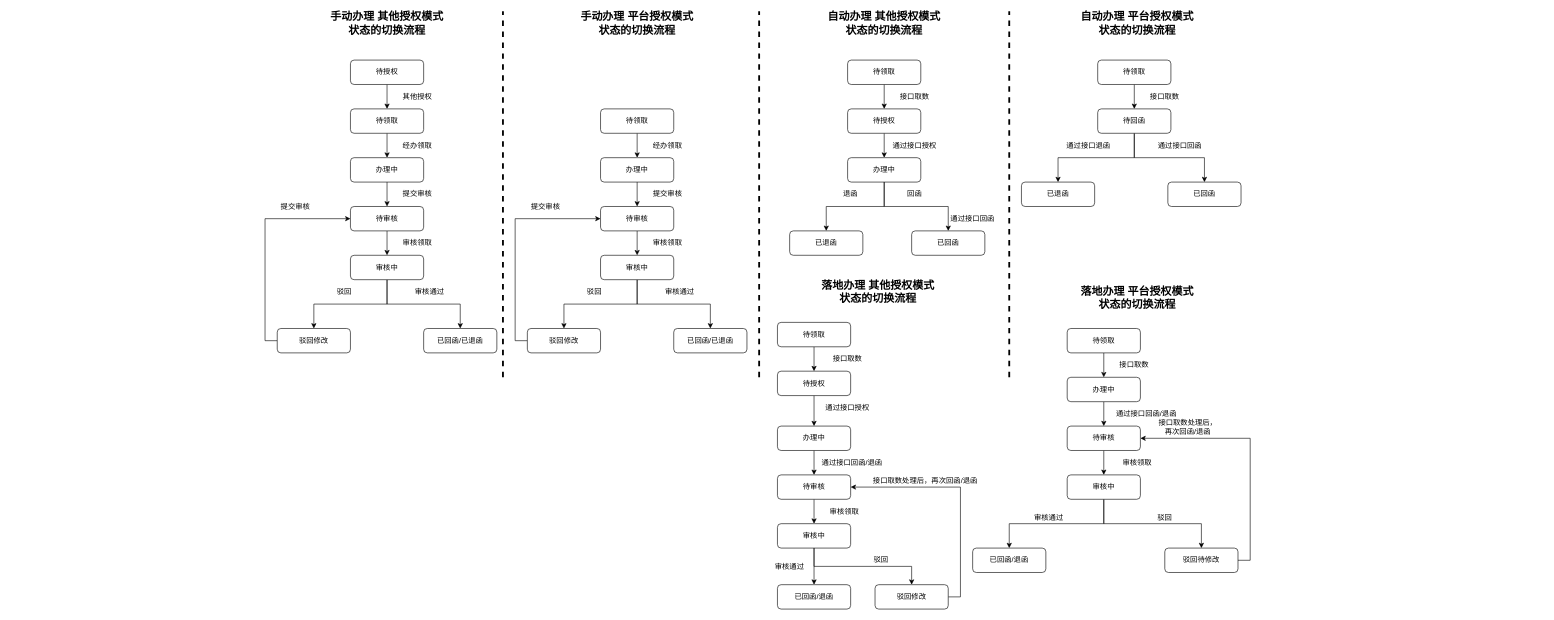
Before: 未命名绘图.drawio in pingguo002/iconomi, a draw.io diagram. Source tidied: cells renumbered, new cells numbered last; positions are measured from the earlier drawing's top-left corner, leaving out a move shared by most shapes. Both pictures are drawn from the tidied source at 61%, with x=0, y=0 at pixel (277, 11).
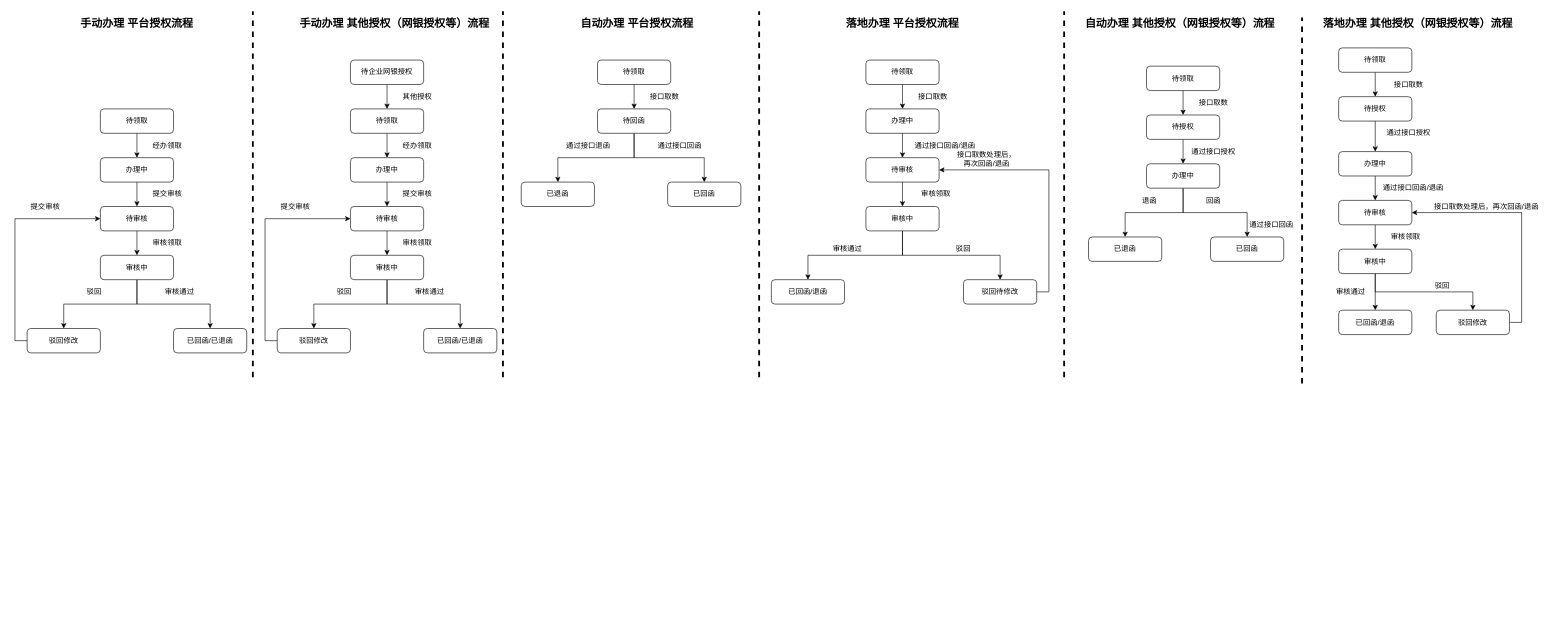
The same diagram, later.

Commit message (it also covers changes not shown here):
更新未命名绘图.drawio

Diff of the diagram source:
```diff
@@
-    <mxCell id="3" value="待授权" style="rounded=1;whiteSpace=wrap;html=1;" parent="1" vertex="1">
+    <mxCell id="3" value="待企业网银授权" style="rounded=1;whiteSpace=wrap;html=1;" parent="1" vertex="1">
       <mxGeometry x="120" y="80" width="120" height="40" as="geometry" />
     </mxCell>
@@
-    <mxCell id="23" value="手动办理 其他授权模式&lt;br&gt;状态的切换流程" style="text;html=1;strokeColor=none;fillColor=none;align=center;verticalAlign=middle;whiteSpace=wrap;rounded=0;fontSize=18;fontStyle=1;" parent="1" vertex="1">
-      <mxGeometry x="35" width="290" height="40" as="geometry" />
+    <mxCell id="23" value="手动办理 其他授权（网银授权等）流程" style="text;html=1;strokeColor=none;fillColor=none;align=center;verticalAlign=middle;whiteSpace=wrap;rounded=0;fontSize=18;fontStyle=1;" parent="1" vertex="1">
+      <mxGeometry x="35" width="315" height="40" as="geometry" />
     </mxCell>
@@
     <mxCell id="25" value="待领取" style="rounded=1;whiteSpace=wrap;html=1;" parent="1" vertex="1">
-      <mxGeometry x="530" y="160" width="120" height="40" as="geometry" />
+      <mxGeometry x="-290" y="160" width="120" height="40" as="geometry" />
     </mxCell>
@@
     <mxCell id="27" value="办理中" style="rounded=1;whiteSpace=wrap;html=1;" parent="1" vertex="1">
-      <mxGeometry x="530" y="240" width="120" height="40" as="geometry" />
+      <mxGeometry x="-290" y="240" width="120" height="40" as="geometry" />
     </mxCell>
     <mxCell id="28" value="经办领取" style="text;html=1;strokeColor=none;fillColor=none;align=center;verticalAlign=middle;whiteSpace=wrap;rounded=0;" parent="1" vertex="1">
-      <mxGeometry x="590" y="210" width="100" height="20" as="geometry" />
+      <mxGeometry x="-230" y="210" width="100" height="20" as="geometry" />
     </mxCell>
@@
     <mxCell id="30" value="待审核" style="rounded=1;whiteSpace=wrap;html=1;" parent="1" vertex="1">
-      <mxGeometry x="530" y="320" width="120" height="40" as="geometry" />
+      <mxGeometry x="-290" y="320" width="120" height="40" as="geometry" />
     </mxCell>
     <mxCell id="31" value="提交审核" style="text;html=1;strokeColor=none;fillColor=none;align=center;verticalAlign=middle;whiteSpace=wrap;rounded=0;" parent="1" vertex="1">
-      <mxGeometry x="590" y="290" width="100" height="20" as="geometry" />
+      <mxGeometry x="-230" y="290" width="100" height="20" as="geometry" />
     </mxCell>
@@
     <mxCell id="34" value="审核中" style="rounded=1;whiteSpace=wrap;html=1;" parent="1" vertex="1">
-      <mxGeometry x="530" y="400" width="120" height="40" as="geometry" />
+      <mxGeometry x="-290" y="400" width="120" height="40" as="geometry" />
     </mxCell>
     <mxCell id="35" value="审核领取" style="text;html=1;strokeColor=none;fillColor=none;align=center;verticalAlign=middle;whiteSpace=wrap;rounded=0;" parent="1" vertex="1">
-      <mxGeometry x="590" y="370" width="100" height="20" as="geometry" />
+      <mxGeometry x="-230" y="370" width="100" height="20" as="geometry" />
     </mxCell>
     <mxCell id="36" value="已回函/已退函" style="rounded=1;whiteSpace=wrap;html=1;" parent="1" vertex="1">
-      <mxGeometry x="650" y="520" width="120" height="40" as="geometry" />
+      <mxGeometry x="-170" y="520" width="120" height="40" as="geometry" />
     </mxCell>
     <mxCell id="37" value="审核通过" style="text;html=1;strokeColor=none;fillColor=none;align=center;verticalAlign=middle;whiteSpace=wrap;rounded=0;" parent="1" vertex="1">
-      <mxGeometry x="610" y="450" width="100" height="20" as="geometry" />
+      <mxGeometry x="-210" y="450" width="100" height="20" as="geometry" />
     </mxCell>
     <mxCell id="38" value="驳回" style="text;html=1;strokeColor=none;fillColor=none;align=center;verticalAlign=middle;whiteSpace=wrap;rounded=0;" parent="1" vertex="1">
-      <mxGeometry x="490" y="450" width="60" height="20" as="geometry" />
+      <mxGeometry x="-330" y="450" width="60" height="20" as="geometry" />
     </mxCell>
@@
     <mxCell id="40" value="驳回修改" style="rounded=1;whiteSpace=wrap;html=1;" parent="1" vertex="1">
-      <mxGeometry x="410" y="520" width="120" height="40" as="geometry" />
+      <mxGeometry x="-410" y="520" width="120" height="40" as="geometry" />
     </mxCell>
     <mxCell id="41" value="提交审核" style="text;html=1;strokeColor=none;fillColor=none;align=center;verticalAlign=middle;whiteSpace=wrap;rounded=0;" parent="1" vertex="1">
-      <mxGeometry x="410" y="310" width="60" height="20" as="geometry" />
+      <mxGeometry x="-410" y="310" width="60" height="20" as="geometry" />
     </mxCell>
-    <mxCell id="42" value="手动办理 平台授权模式&lt;br&gt;状态的切换流程" style="text;html=1;strokeColor=none;fillColor=none;align=center;verticalAlign=middle;whiteSpace=wrap;rounded=0;fontSize=18;fontStyle=1;" parent="1" vertex="1">
-      <mxGeometry x="445" width="290" height="40" as="geometry" />
+    <mxCell id="42" value="手动办理 平台授权流程" style="text;html=1;strokeColor=none;fillColor=none;align=center;verticalAlign=middle;whiteSpace=wrap;rounded=0;fontSize=18;fontStyle=1;" parent="1" vertex="1">
+      <mxGeometry x="-375" width="290" height="40" as="geometry" />
     </mxCell>
@@
     <mxCell id="46" value="待授权" style="rounded=1;whiteSpace=wrap;html=1;" parent="1" vertex="1">
-      <mxGeometry x="935" y="160" width="120" height="40" as="geometry" />
+      <mxGeometry x="1425" y="170" width="120" height="40" as="geometry" />
     </mxCell>
     <mxCell id="47" value="已退函" style="rounded=1;whiteSpace=wrap;html=1;" parent="1" vertex="1">
-      <mxGeometry x="840" y="360" width="120" height="40" as="geometry" />
+      <mxGeometry x="1330" y="370" width="120" height="40" as="geometry" />
     </mxCell>
     <mxCell id="48" value="退函" style="text;html=1;strokeColor=none;fillColor=none;align=center;verticalAlign=middle;whiteSpace=wrap;rounded=0;" parent="1" vertex="1">
-      <mxGeometry x="890" y="290" width="100" height="20" as="geometry" />
+      <mxGeometry x="1380" y="300" width="100" height="20" as="geometry" />
     </mxCell>
-    <mxCell id="49" value="自动办理 其他授权模式&lt;br&gt;状态的切换流程" style="text;html=1;strokeColor=none;fillColor=none;align=center;verticalAlign=middle;whiteSpace=wrap;rounded=0;fontSize=18;fontStyle=1;" parent="1" vertex="1">
-      <mxGeometry x="850" y="10" width="290" height="20" as="geometry" />
+    <mxCell id="49" value="自动办理 其他授权（网银授权等）流程" style="text;html=1;strokeColor=none;fillColor=none;align=center;verticalAlign=middle;whiteSpace=wrap;rounded=0;fontSize=18;fontStyle=1;" parent="1" vertex="1">
+      <mxGeometry x="1310" y="10" width="340" height="20" as="geometry" />
     </mxCell>
     <mxCell id="50" style="endArrow=none;dashed=1;html=1;fontSize=18;fontStyle=1;strokeWidth=3;" parent="1" edge="1">
       <mxGeometry relative="1" as="geometry">
-        <mxPoint x="1200" y="600" as="sourcePoint" />
-        <mxPoint x="1200" as="targetPoint" />
+        <mxPoint x="1290" y="600" as="sourcePoint" />
+        <mxPoint x="1290" as="targetPoint" />
       </mxGeometry>
     </mxCell>
-    <mxCell id="51" value="自动办理 平台授权模式&lt;br&gt;状态的切换流程" style="text;html=1;strokeColor=none;fillColor=none;align=center;verticalAlign=middle;whiteSpace=wrap;rounded=0;fontSize=18;fontStyle=1;" parent="1" vertex="1">
-      <mxGeometry x="1265" y="10" width="290" height="20" as="geometry" />
+    <mxCell id="51" value="自动办理 平台授权流程" style="text;html=1;strokeColor=none;fillColor=none;align=center;verticalAlign=middle;whiteSpace=wrap;rounded=0;fontSize=18;fontStyle=1;" parent="1" vertex="1">
+      <mxGeometry x="445" y="10" width="290" height="20" as="geometry" />
     </mxCell>
     <mxCell id="52" value="已回函" style="rounded=1;whiteSpace=wrap;html=1;fontSize=12;" parent="1" vertex="1">
-      <mxGeometry x="1040" y="360" width="120" height="40" as="geometry" />
+      <mxGeometry x="1530" y="370" width="120" height="40" as="geometry" />
     </mxCell>
     <mxCell id="53" value="通过接口回函" style="text;html=1;strokeColor=none;fillColor=none;align=center;verticalAlign=middle;whiteSpace=wrap;rounded=0;" parent="1" vertex="1">
-      <mxGeometry x="1090" y="330" width="100" height="20" as="geometry" />
+      <mxGeometry x="1580" y="340" width="100" height="20" as="geometry" />
     </mxCell>
@@
     <mxCell id="56" value="办理中" style="rounded=1;whiteSpace=wrap;html=1;fontSize=12;" parent="1" vertex="1">
-      <mxGeometry x="935" y="240" width="120" height="40" as="geometry" />
+      <mxGeometry x="1425" y="250" width="120" height="40" as="geometry" />
     </mxCell>
     <mxCell id="57" value="通过接口授权" style="text;html=1;strokeColor=none;fillColor=none;align=center;verticalAlign=middle;whiteSpace=wrap;rounded=0;" parent="1" vertex="1">
-      <mxGeometry x="995" y="210" width="100" height="20" as="geometry" />
+      <mxGeometry x="1485" y="220" width="100" height="20" as="geometry" />
     </mxCell>
-    <mxCell id="58" value="落地办理 其他授权模式&lt;br&gt;状态的切换流程" style="text;html=1;strokeColor=none;fillColor=none;align=center;verticalAlign=middle;whiteSpace=wrap;rounded=0;fontSize=18;fontStyle=1;" parent="1" vertex="1">
-      <mxGeometry x="840" y="450" width="290" height="20" as="geometry" />
+    <mxCell id="58" value="落地办理 其他授权（网银授权等）流程" style="text;html=1;strokeColor=none;fillColor=none;align=center;verticalAlign=middle;whiteSpace=wrap;rounded=0;fontSize=18;fontStyle=1;" parent="1" vertex="1">
+      <mxGeometry x="1710" y="10" width="320" height="20" as="geometry" />
     </mxCell>
@@
     <mxCell id="60" value="待领取" style="rounded=1;whiteSpace=wrap;html=1;" parent="1" vertex="1">
-      <mxGeometry x="820" y="510" width="120" height="40" as="geometry" />
+      <mxGeometry x="1740" y="60" width="120" height="40" as="geometry" />
     </mxCell>
@@
     <mxCell id="62" value="待领取" style="rounded=1;whiteSpace=wrap;html=1;" parent="1" vertex="1">
-      <mxGeometry x="935" y="80" width="120" height="40" as="geometry" />
+      <mxGeometry x="1425" y="90" width="120" height="40" as="geometry" />
     </mxCell>
     <mxCell id="63" value="接口取数" style="text;html=1;strokeColor=none;fillColor=none;align=center;verticalAlign=middle;whiteSpace=wrap;rounded=0;" parent="1" vertex="1">
-      <mxGeometry x="995" y="130" width="100" height="20" as="geometry" />
+      <mxGeometry x="1485" y="140" width="100" height="20" as="geometry" />
     </mxCell>
@@
     <mxCell id="65" value="待授权" style="rounded=1;whiteSpace=wrap;html=1;fontSize=12;" parent="1" vertex="1">
-      <mxGeometry x="820" y="590" width="120" height="40" as="geometry" />
+      <mxGeometry x="1740" y="140" width="120" height="40" as="geometry" />
     </mxCell>
     <mxCell id="66" value="接口取数" style="text;html=1;strokeColor=none;fillColor=none;align=center;verticalAlign=middle;whiteSpace=wrap;rounded=0;" parent="1" vertex="1">
-      <mxGeometry x="885" y="560" width="100" height="20" as="geometry" />
+      <mxGeometry x="1805" y="110" width="100" height="20" as="geometry" />
     </mxCell>
@@
     <mxCell id="68" value="待审核" style="rounded=1;whiteSpace=wrap;html=1;fontSize=12;" parent="1" vertex="1">
-      <mxGeometry x="820" y="760" width="120" height="40" as="geometry" />
+      <mxGeometry x="1740" y="310" width="120" height="40" as="geometry" />
     </mxCell>
@@
     <mxCell id="70" value="办理中" style="rounded=1;whiteSpace=wrap;html=1;fontSize=12;" parent="1" vertex="1">
-      <mxGeometry x="820" y="680" width="120" height="40" as="geometry" />
+      <mxGeometry x="1740" y="230" width="120" height="40" as="geometry" />
     </mxCell>
     <mxCell id="71" value="通过接口授权" style="text;html=1;strokeColor=none;fillColor=none;align=center;verticalAlign=middle;whiteSpace=wrap;rounded=0;" parent="1" vertex="1">
-      <mxGeometry x="885" y="640" width="100" height="20" as="geometry" />
+      <mxGeometry x="1805" y="190" width="100" height="20" as="geometry" />
     </mxCell>
     <mxCell id="72" value="通过接口回函/退函" style="text;html=1;strokeColor=none;fillColor=none;align=center;verticalAlign=middle;whiteSpace=wrap;rounded=0;" parent="1" vertex="1">
-      <mxGeometry x="880" y="730" width="125" height="20" as="geometry" />
+      <mxGeometry x="1800" y="280" width="125" height="20" as="geometry" />
     </mxCell>
@@
     <mxCell id="75" value="审核中" style="rounded=1;whiteSpace=wrap;html=1;fontSize=12;" parent="1" vertex="1">
-      <mxGeometry x="820" y="840" width="120" height="40" as="geometry" />
+      <mxGeometry x="1740" y="390" width="120" height="40" as="geometry" />
     </mxCell>
     <mxCell id="76" value="审核领取" style="text;html=1;strokeColor=none;fillColor=none;align=center;verticalAlign=middle;whiteSpace=wrap;rounded=0;" parent="1" vertex="1">
-      <mxGeometry x="880" y="810" width="100" height="20" as="geometry" />
+      <mxGeometry x="1800" y="360" width="100" height="20" as="geometry" />
     </mxCell>
     <mxCell id="77" value="已回函/退函" style="rounded=1;whiteSpace=wrap;html=1;fontSize=12;" parent="1" vertex="1">
-      <mxGeometry x="820" y="940" width="120" height="40" as="geometry" />
+      <mxGeometry x="1740" y="490" width="120" height="40" as="geometry" />
     </mxCell>
     <mxCell id="78" value="审核通过" style="text;html=1;strokeColor=none;fillColor=none;align=center;verticalAlign=middle;whiteSpace=wrap;rounded=0;" parent="1" vertex="1">
-      <mxGeometry x="790" y="900" width="100" height="20" as="geometry" />
+      <mxGeometry x="1710" y="450" width="100" height="20" as="geometry" />
     </mxCell>
     <mxCell id="79" value="驳回" style="text;html=1;strokeColor=none;fillColor=none;align=center;verticalAlign=middle;whiteSpace=wrap;rounded=0;" parent="1" vertex="1">
-      <mxGeometry x="940" y="890" width="100" height="20" as="geometry" />
+      <mxGeometry x="1860" y="440" width="100" height="20" as="geometry" />
     </mxCell>
     <mxCell id="80" style="edgeStyle=orthogonalEdgeStyle;rounded=0;jettySize=auto;html=1;exitX=1;exitY=0.5;exitDx=0;exitDy=0;entryX=1;entryY=0.5;entryDx=0;entryDy=0;strokeWidth=1;fontSize=12;" parent="1" edge="1" source="81" target="68">
       <mxGeometry relative="1" as="geometry">
         <Array as="points">
-          <mxPoint x="1120" y="960" />
-          <mxPoint x="1120" y="780" />
+          <mxPoint x="2040" y="510" />
+          <mxPoint x="2040" y="330" />
         </Array>
       </mxGeometry>
     </mxCell>
     <mxCell id="81" value="驳回修改" style="rounded=1;whiteSpace=wrap;html=1;fontSize=12;" parent="1" vertex="1">
-      <mxGeometry x="980" y="940" width="120" height="40" as="geometry" />
+      <mxGeometry x="1900" y="490" width="120" height="40" as="geometry" />
     </mxCell>
     <mxCell id="82" value="接口取数处理后，再次回函/退函" style="text;html=1;strokeColor=none;fillColor=none;align=center;verticalAlign=middle;whiteSpace=wrap;rounded=0;" parent="1" vertex="1">
-      <mxGeometry x="970" y="760" width="185" height="20" as="geometry" />
+      <mxGeometry x="1890" y="310" width="185" height="20" as="geometry" />
     </mxCell>
@@
     <mxCell id="85" value="待回函" style="rounded=1;whiteSpace=wrap;html=1;" parent="1" vertex="1">
-      <mxGeometry x="1345" y="160" width="120" height="40" as="geometry" />
+      <mxGeometry x="525" y="160" width="120" height="40" as="geometry" />
     </mxCell>
     <mxCell id="86" value="通过接口回函" style="text;html=1;strokeColor=none;fillColor=none;align=center;verticalAlign=middle;whiteSpace=wrap;rounded=0;" parent="1" vertex="1">
-      <mxGeometry x="1430" y="210" width="100" height="20" as="geometry" />
+      <mxGeometry x="610" y="210" width="100" height="20" as="geometry" />
     </mxCell>
@@
     <mxCell id="88" value="待领取" style="rounded=1;whiteSpace=wrap;html=1;" parent="1" vertex="1">
-      <mxGeometry x="1345" y="80" width="120" height="40" as="geometry" />
+      <mxGeometry x="525" y="80" width="120" height="40" as="geometry" />
     </mxCell>
     <mxCell id="89" value="接口取数" style="text;html=1;strokeColor=none;fillColor=none;align=center;verticalAlign=middle;whiteSpace=wrap;rounded=0;" parent="1" vertex="1">
-      <mxGeometry x="1405" y="130" width="100" height="20" as="geometry" />
+      <mxGeometry x="585" y="130" width="100" height="20" as="geometry" />
     </mxCell>
     <mxCell id="90" value="已回函" style="rounded=1;whiteSpace=wrap;html=1;fontSize=12;" parent="1" vertex="1">
-      <mxGeometry x="1460" y="280" width="120" height="40" as="geometry" />
+      <mxGeometry x="640" y="280" width="120" height="40" as="geometry" />
     </mxCell>
     <mxCell id="91" value="已退函" style="rounded=1;whiteSpace=wrap;html=1;fontSize=12;" parent="1" vertex="1">
-      <mxGeometry x="1220" y="280" width="120" height="40" as="geometry" />
+      <mxGeometry x="400" y="280" width="120" height="40" as="geometry" />
     </mxCell>
     <mxCell id="92" value="通过接口退函" style="text;html=1;strokeColor=none;fillColor=none;align=center;verticalAlign=middle;whiteSpace=wrap;rounded=0;" parent="1" vertex="1">
-      <mxGeometry x="1280" y="210" width="100" height="20" as="geometry" />
+      <mxGeometry x="460" y="210" width="100" height="20" as="geometry" />
     </mxCell>
-    <mxCell id="93" value="落地办理 平台授权模式&lt;br&gt;状态的切换流程" style="text;html=1;strokeColor=none;fillColor=none;align=center;verticalAlign=middle;whiteSpace=wrap;rounded=0;fontSize=18;fontStyle=1;" parent="1" vertex="1">
-      <mxGeometry x="1265" y="460" width="290" height="20" as="geometry" />
+    <mxCell id="93" value="落地办理 平台授权流程" style="text;html=1;strokeColor=none;fillColor=none;align=center;verticalAlign=middle;whiteSpace=wrap;rounded=0;fontSize=18;fontStyle=1;" parent="1" vertex="1">
+      <mxGeometry x="880" y="10" width="290" height="20" as="geometry" />
     </mxCell>
@@
     <mxCell id="95" value="办理中" style="rounded=1;whiteSpace=wrap;html=1;" parent="1" vertex="1">
-      <mxGeometry x="1295" y="600" width="120" height="40" as="geometry" />
+      <mxGeometry x="965" y="160" width="120" height="40" as="geometry" />
     </mxCell>
     <mxCell id="96" value="通过接口回函/退函" style="text;html=1;strokeColor=none;fillColor=none;align=center;verticalAlign=middle;whiteSpace=wrap;rounded=0;" parent="1" vertex="1">
-      <mxGeometry x="1370" y="650" width="110" height="20" as="geometry" />
+      <mxGeometry x="1040" y="210" width="110" height="20" as="geometry" />
     </mxCell>
@@
     <mxCell id="98" value="待领取" style="rounded=1;whiteSpace=wrap;html=1;" parent="1" vertex="1">
-      <mxGeometry x="1295" y="520" width="120" height="40" as="geometry" />
+      <mxGeometry x="965" y="80" width="120" height="40" as="geometry" />
     </mxCell>
     <mxCell id="99" value="接口取数" style="text;html=1;strokeColor=none;fillColor=none;align=center;verticalAlign=middle;whiteSpace=wrap;rounded=0;" parent="1" vertex="1">
-      <mxGeometry x="1355" y="570" width="100" height="20" as="geometry" />
+      <mxGeometry x="1025" y="130" width="100" height="20" as="geometry" />
     </mxCell>
@@
     <mxCell id="101" value="待审核" style="rounded=1;whiteSpace=wrap;html=1;fontSize=12;" parent="1" vertex="1">
-      <mxGeometry x="1295" y="680" width="120" height="40" as="geometry" />
+      <mxGeometry x="965" y="240" width="120" height="40" as="geometry" />
     </mxCell>
@@
     <mxCell id="104" value="审核中" style="rounded=1;whiteSpace=wrap;html=1;fontSize=12;" parent="1" vertex="1">
-      <mxGeometry x="1295" y="760" width="120" height="40" as="geometry" />
+      <mxGeometry x="965" y="320" width="120" height="40" as="geometry" />
     </mxCell>
@@
     <mxCell id="106" value="驳回待修改" style="rounded=1;whiteSpace=wrap;html=1;fontSize=12;" parent="1" vertex="1">
-      <mxGeometry x="1455" y="880" width="120" height="40" as="geometry" />
+      <mxGeometry x="1125" y="440" width="120" height="40" as="geometry" />
     </mxCell>
     <mxCell id="107" value="审核领取" style="text;html=1;strokeColor=none;fillColor=none;align=center;verticalAlign=middle;whiteSpace=wrap;rounded=0;" parent="1" vertex="1">
-      <mxGeometry x="1360" y="730" width="100" height="20" as="geometry" />
+      <mxGeometry x="1030" y="290" width="100" height="20" as="geometry" />
     </mxCell>
     <mxCell id="108" value="驳回" style="text;html=1;strokeColor=none;fillColor=none;align=center;verticalAlign=middle;whiteSpace=wrap;rounded=0;" parent="1" vertex="1">
-      <mxGeometry x="1405" y="820" width="100" height="20" as="geometry" />
+      <mxGeometry x="1075" y="380" width="100" height="20" as="geometry" />
     </mxCell>
     <mxCell id="109" value="已回函/退函" style="rounded=1;whiteSpace=wrap;html=1;fontSize=12;" parent="1" vertex="1">
-      <mxGeometry x="1140" y="880" width="120" height="40" as="geometry" />
+      <mxGeometry x="810" y="440" width="120" height="40" as="geometry" />
     </mxCell>
     <mxCell id="110" value="审核通过" style="text;html=1;strokeColor=none;fillColor=none;align=center;verticalAlign=middle;whiteSpace=wrap;rounded=0;" parent="1" vertex="1">
-      <mxGeometry x="1215" y="820" width="100" height="20" as="geometry" />
+      <mxGeometry x="885" y="380" width="100" height="20" as="geometry" />
     </mxCell>
     <mxCell id="111" value="接口取数处理后，&lt;br&gt;再次回函/退函" style="text;html=1;strokeColor=none;fillColor=none;align=center;verticalAlign=middle;whiteSpace=wrap;rounded=0;" parent="1" vertex="1">
-      <mxGeometry x="1443" y="672" width="100" height="20" as="geometry" />
+      <mxGeometry x="1113" y="232" width="100" height="20" as="geometry" />
     </mxCell>
     <mxCell id="112" value="回函" style="text;html=1;strokeColor=none;fillColor=none;align=center;verticalAlign=middle;whiteSpace=wrap;rounded=0;" parent="1" vertex="1">
-      <mxGeometry x="995" y="290" width="100" height="20" as="geometry" />
+      <mxGeometry x="1485" y="300" width="100" height="20" as="geometry" />
     </mxCell>
+    <mxCell id="113" style="endArrow=none;dashed=1;html=1;fontSize=18;fontStyle=1;strokeWidth=3;" parent="1" edge="1">
+      <mxGeometry relative="1" as="geometry">
+        <mxPoint x="1680" y="610" as="sourcePoint" />
+        <mxPoint x="1680" y="10" as="targetPoint" />
+      </mxGeometry>
+    </mxCell>
+    <mxCell id="114" style="endArrow=none;dashed=1;html=1;fontSize=18;fontStyle=1;strokeWidth=3;" parent="1" edge="1">
+      <mxGeometry relative="1" as="geometry">
+        <mxPoint x="-40" y="600" as="sourcePoint" />
+        <mxPoint x="-40" as="targetPoint" />
+      </mxGeometry>
+    </mxCell>
```
